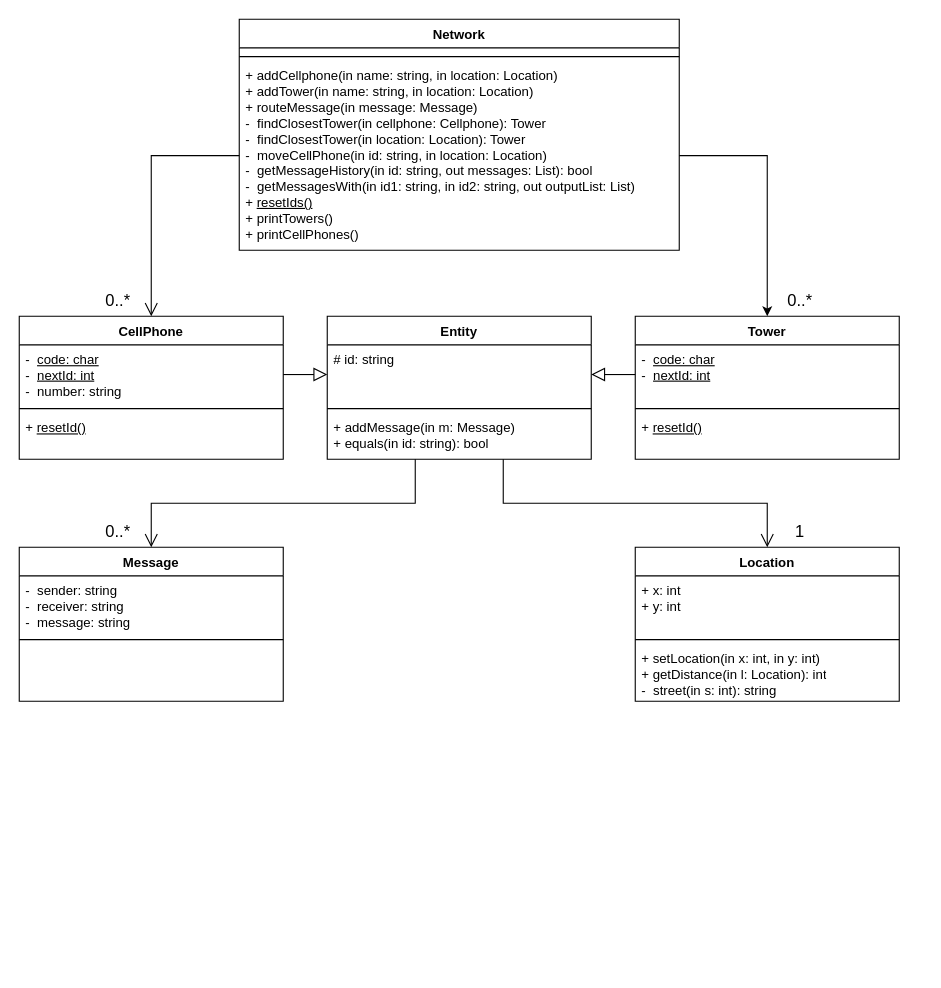
InvalidPathException/draw.io keeps this draw.io diagram as Untitled Diagram.drawio. Above is the earlier version. Source tidied: cells renumbered, new cells numbered last; positions are measured from the earlier drawing's top-left corner, leaving out a move shared by most shapes. Both pictures are drawn from the tidied source at 110%, with x=0, y=0 at pixel (19, 19).
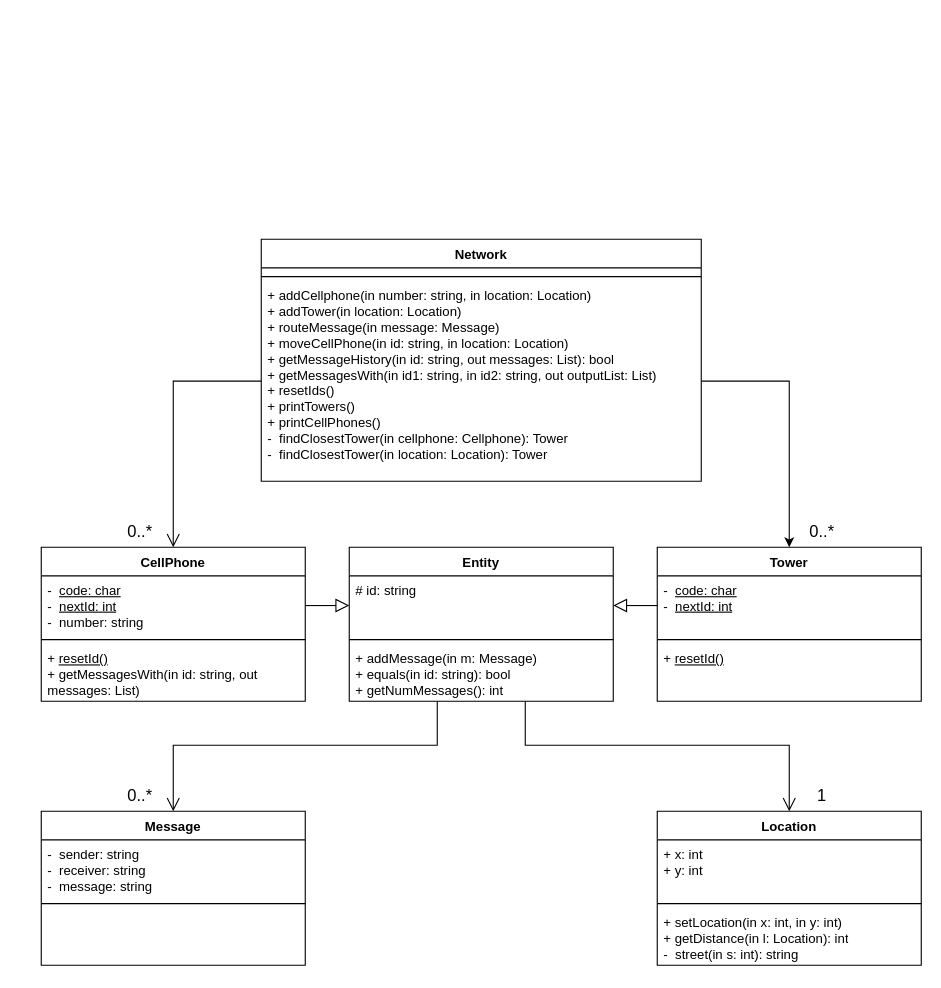
After the change.

The edit, as a diff of the source:
```diff
@@
     <mxCell id="2" value="Network" style="swimlane;fontStyle=1;align=center;verticalAlign=top;horizontal=1;startSize=26;whiteSpace=wrap;html=1;" parent="1" vertex="1">
-      <mxGeometry x="200" width="400" height="210" as="geometry" />
+      <mxGeometry x="220" y="200" width="400" height="220" as="geometry" />
     </mxCell>
@@
-    <mxCell id="5" value="&lt;div&gt;&lt;div style=&quot;border-color: var(--border-color);&quot;&gt;+ addCellphone(in name: string, in location: Location)&lt;br style=&quot;border-color: var(--border-color);&quot;&gt;+ addTower(in name: string, in location: Location)&lt;/div&gt;&lt;div style=&quot;border-color: var(--border-color);&quot;&gt;+ routeMessage(in message: Message)&lt;br style=&quot;border-color: var(--border-color);&quot;&gt;-&amp;nbsp; findClosestTower(in&amp;nbsp;cellphone: Cellphone): Tower&lt;br style=&quot;border-color: var(--border-color);&quot;&gt;-&amp;nbsp; findClosestTower(in location: Location): Tower&lt;br style=&quot;border-color: var(--border-color);&quot;&gt;&lt;/div&gt;-&amp;nbsp; moveCellPhone(in id: string, in location: Location)&lt;br style=&quot;border-color: var(--border-color);&quot;&gt;&lt;div style=&quot;border-color: var(--border-color);&quot;&gt;-&amp;nbsp; getMessageHistory(in id: string, out messages: List): bool&lt;br&gt;&lt;/div&gt;&lt;div style=&quot;border-color: var(--border-color);&quot;&gt;-&amp;nbsp; getMessagesWith(in id1: string, in id2: string, out outputList: List)&lt;br style=&quot;border-color: var(--border-color);&quot;&gt;+ &lt;u&gt;resetIds()&lt;/u&gt;&lt;br style=&quot;border-color: var(--border-color);&quot;&gt;&lt;/div&gt;&lt;div style=&quot;border-color: var(--border-color);&quot;&gt;+ printTowers()&lt;/div&gt;&lt;div style=&quot;border-color: var(--border-color);&quot;&gt;+ printCellPhones()&lt;/div&gt;&lt;/div&gt;" style="text;strokeColor=none;fillColor=none;align=left;verticalAlign=top;spacingLeft=4;spacingRight=4;overflow=hidden;points=[[0,0.5],[1,0.5]];portConstraint=eastwest;whiteSpace=wrap;html=1;" parent="2" vertex="1">
-      <mxGeometry y="38" width="400" height="172" as="geometry" />
+    <mxCell id="5" value="&lt;div&gt;&lt;div style=&quot;border-color: var(--border-color);&quot;&gt;+ addCellphone(in number: string, in location: Location)&lt;br style=&quot;border-color: var(--border-color);&quot;&gt;+ addTower(in location: Location)&lt;/div&gt;&lt;div style=&quot;border-color: var(--border-color);&quot;&gt;+ routeMessage(in message: Message)&lt;br style=&quot;border-color: var(--border-color);&quot;&gt;&lt;/div&gt;+ moveCellPhone(in id: string, in location: Location)&lt;br style=&quot;border-color: var(--border-color);&quot;&gt;&lt;div style=&quot;border-color: var(--border-color);&quot;&gt;+ getMessageHistory(in id: string, out messages: List): bool&lt;br&gt;&lt;/div&gt;&lt;div style=&quot;border-color: var(--border-color);&quot;&gt;+ getMessagesWith(in id1: string, in id2: string, out outputList: List)&lt;br style=&quot;border-color: var(--border-color);&quot;&gt;+ resetIds()&lt;br style=&quot;border-color: var(--border-color);&quot;&gt;&lt;/div&gt;&lt;div style=&quot;border-color: var(--border-color);&quot;&gt;+ printTowers()&lt;/div&gt;&lt;div style=&quot;border-color: var(--border-color);&quot;&gt;+ printCellPhones()&lt;br style=&quot;border-color: var(--border-color);&quot;&gt;-&amp;nbsp; findClosestTower(in&amp;nbsp;cellphone: Cellphone): Tower&lt;br style=&quot;border-color: var(--border-color);&quot;&gt;-&amp;nbsp; findClosestTower(in location: Location): Tower&lt;/div&gt;&lt;/div&gt;" style="text;strokeColor=none;fillColor=none;align=left;verticalAlign=top;spacingLeft=4;spacingRight=4;overflow=hidden;points=[[0,0.5],[1,0.5]];portConstraint=eastwest;whiteSpace=wrap;html=1;" parent="2" vertex="1">
+      <mxGeometry y="38" width="400" height="182" as="geometry" />
     </mxCell>
     <mxCell id="6" value="CellPhone" style="swimlane;fontStyle=1;align=center;verticalAlign=top;horizontal=1;startSize=26;whiteSpace=wrap;html=1;" parent="1" vertex="1">
-      <mxGeometry y="270" width="240" height="130" as="geometry" />
+      <mxGeometry x="20" y="480" width="240" height="140" as="geometry" />
     </mxCell>
@@
-    <mxCell id="9" value="&lt;div&gt;+ &lt;u&gt;resetId()&lt;/u&gt;&lt;/div&gt;" style="text;strokeColor=none;fillColor=none;align=left;verticalAlign=top;spacingLeft=4;spacingRight=4;overflow=hidden;whiteSpace=wrap;html=1;" parent="6" vertex="1">
-      <mxGeometry y="88" width="240" height="42" as="geometry" />
+    <mxCell id="9" value="&lt;div&gt;+ &lt;u&gt;resetId()&lt;/u&gt;&lt;/div&gt;&lt;div&gt;+ getMessagesWith(in id: string, out messages: List)&lt;/div&gt;" style="text;strokeColor=none;fillColor=none;align=left;verticalAlign=top;spacingLeft=4;spacingRight=4;overflow=hidden;whiteSpace=wrap;html=1;" parent="6" vertex="1">
+      <mxGeometry y="88" width="240" height="52" as="geometry" />
     </mxCell>
     <mxCell id="10" value="Tower" style="swimlane;fontStyle=1;align=center;verticalAlign=top;horizontal=1;startSize=26;whiteSpace=wrap;html=1;" parent="1" vertex="1">
-      <mxGeometry x="560" y="270" width="240" height="130" as="geometry" />
+      <mxGeometry x="580" y="480" width="240" height="140" as="geometry" />
     </mxCell>
@@
     <mxCell id="13" value="&lt;div&gt;+ &lt;u&gt;resetId()&lt;/u&gt;&lt;/div&gt;" style="text;strokeColor=none;fillColor=none;align=left;verticalAlign=top;spacingLeft=4;spacingRight=4;overflow=hidden;whiteSpace=wrap;html=1;" parent="10" vertex="1">
-      <mxGeometry y="88" width="240" height="42" as="geometry" />
+      <mxGeometry y="88" width="240" height="52" as="geometry" />
     </mxCell>
     <mxCell id="14" style="edgeStyle=orthogonalEdgeStyle;rounded=0;jettySize=auto;html=1;entryX=0.5;entryY=0;entryDx=0;entryDy=0;endArrow=open;endFill=0;endSize=10;" parent="1" edge="1" target="20">
       <mxGeometry relative="1" as="geometry">
-        <mxPoint x="360" y="400" as="sourcePoint" />
+        <mxPoint x="380" y="620" as="sourcePoint" />
         <Array as="points">
-          <mxPoint x="360" y="440" />
-          <mxPoint x="120" y="440" />
+          <mxPoint x="380" y="660" />
+          <mxPoint x="140" y="660" />
         </Array>
       </mxGeometry>
     </mxCell>
     <mxCell id="15" value="Entity" style="swimlane;fontStyle=1;align=center;verticalAlign=top;horizontal=1;startSize=26;whiteSpace=wrap;html=1;" parent="1" vertex="1">
-      <mxGeometry x="280" y="270" width="240" height="130" as="geometry" />
+      <mxGeometry x="300" y="480" width="240" height="140" as="geometry" />
     </mxCell>
@@
-    <mxCell id="18" value="+ addMessage(in m: Message)&lt;br&gt;+&amp;nbsp;equals(in id: string): bool" style="text;strokeColor=none;fillColor=none;align=left;verticalAlign=top;spacingLeft=4;spacingRight=4;overflow=hidden;whiteSpace=wrap;html=1;" parent="15" vertex="1">
-      <mxGeometry y="88" width="240" height="42" as="geometry" />
+    <mxCell id="18" value="+ addMessage(in m: Message)&lt;br&gt;&lt;div&gt;+&amp;nbsp;equals(in id: string): bool&lt;/div&gt;&lt;div&gt;+ getNumMessages(): int&lt;br&gt;&lt;/div&gt;" style="text;strokeColor=none;fillColor=none;align=left;verticalAlign=top;spacingLeft=4;spacingRight=4;overflow=hidden;whiteSpace=wrap;html=1;" parent="15" vertex="1">
+      <mxGeometry y="88" width="240" height="52" as="geometry" />
     </mxCell>
     <mxCell id="19" value="&lt;font style=&quot;font-size: 15px;&quot;&gt;0..*&lt;/font&gt;" style="text;html=1;strokeColor=none;fillColor=none;align=center;verticalAlign=middle;whiteSpace=wrap;rounded=0;" parent="1" vertex="1">
-      <mxGeometry x="60" y="240" width="60" height="30" as="geometry" />
+      <mxGeometry x="80" y="450" width="60" height="30" as="geometry" />
     </mxCell>
     <mxCell id="20" value="Message" style="swimlane;fontStyle=1;align=center;verticalAlign=top;horizontal=1;startSize=26;whiteSpace=wrap;html=1;" parent="1" vertex="1">
-      <mxGeometry y="480" width="240" height="140" as="geometry" />
+      <mxGeometry x="20" y="720" width="240" height="140" as="geometry" />
     </mxCell>
@@
     <mxCell id="24" value="&lt;font style=&quot;font-size: 15px;&quot;&gt;0..*&lt;/font&gt;" style="text;html=1;strokeColor=none;fillColor=none;align=center;verticalAlign=middle;whiteSpace=wrap;rounded=0;" parent="1" vertex="1">
-      <mxGeometry x="680" y="240" width="60" height="30" as="geometry" />
+      <mxGeometry x="700" y="450" width="60" height="30" as="geometry" />
     </mxCell>
     <mxCell id="25" value="&lt;font style=&quot;font-size: 15px;&quot;&gt;0..*&lt;/font&gt;" style="text;html=1;strokeColor=none;fillColor=none;align=center;verticalAlign=middle;whiteSpace=wrap;rounded=0;" parent="1" vertex="1">
-      <mxGeometry x="60" y="450" width="60" height="30" as="geometry" />
+      <mxGeometry x="80" y="690" width="60" height="30" as="geometry" />
     </mxCell>
@@
-    <mxCell id="28" style="edgeStyle=orthogonalEdgeStyle;rounded=0;orthogonalLoop=1;jettySize=auto;html=1;endArrow=open;endFill=0;endSize=10;" parent="1" edge="1">
+    <mxCell id="28" style="edgeStyle=orthogonalEdgeStyle;rounded=0;jettySize=auto;html=1;endArrow=open;endFill=0;endSize=10;entryX=0;entryY=1;entryDx=0;entryDy=0;" parent="1" edge="1" target="33">
       <mxGeometry relative="1" as="geometry">
-        <mxPoint x="440" y="400" as="sourcePoint" />
-        <mxPoint x="680" y="480" as="targetPoint" />
+        <mxPoint x="460" y="620" as="sourcePoint" />
         <Array as="points">
-          <mxPoint x="440" y="440" />
-          <mxPoint x="680" y="440" />
-          <mxPoint x="680" y="480" />
+          <mxPoint x="460" y="660" />
+          <mxPoint x="700" y="660" />
         </Array>
       </mxGeometry>
     </mxCell>
     <mxCell id="29" value="Location" style="swimlane;fontStyle=1;align=center;verticalAlign=top;horizontal=1;startSize=26;whiteSpace=wrap;html=1;" parent="1" vertex="1">
-      <mxGeometry x="560" y="480" width="240" height="140" as="geometry" />
+      <mxGeometry x="580" y="720" width="240" height="140" as="geometry" />
     </mxCell>
@@
     <mxCell id="33" value="&lt;font style=&quot;font-size: 15px;&quot;&gt;1&lt;/font&gt;" style="text;html=1;strokeColor=none;fillColor=none;align=center;verticalAlign=middle;whiteSpace=wrap;rounded=0;" parent="1" vertex="1">
-      <mxGeometry x="680" y="450" width="60" height="30" as="geometry" />
+      <mxGeometry x="700" y="690" width="60" height="30" as="geometry" />
     </mxCell>
```
